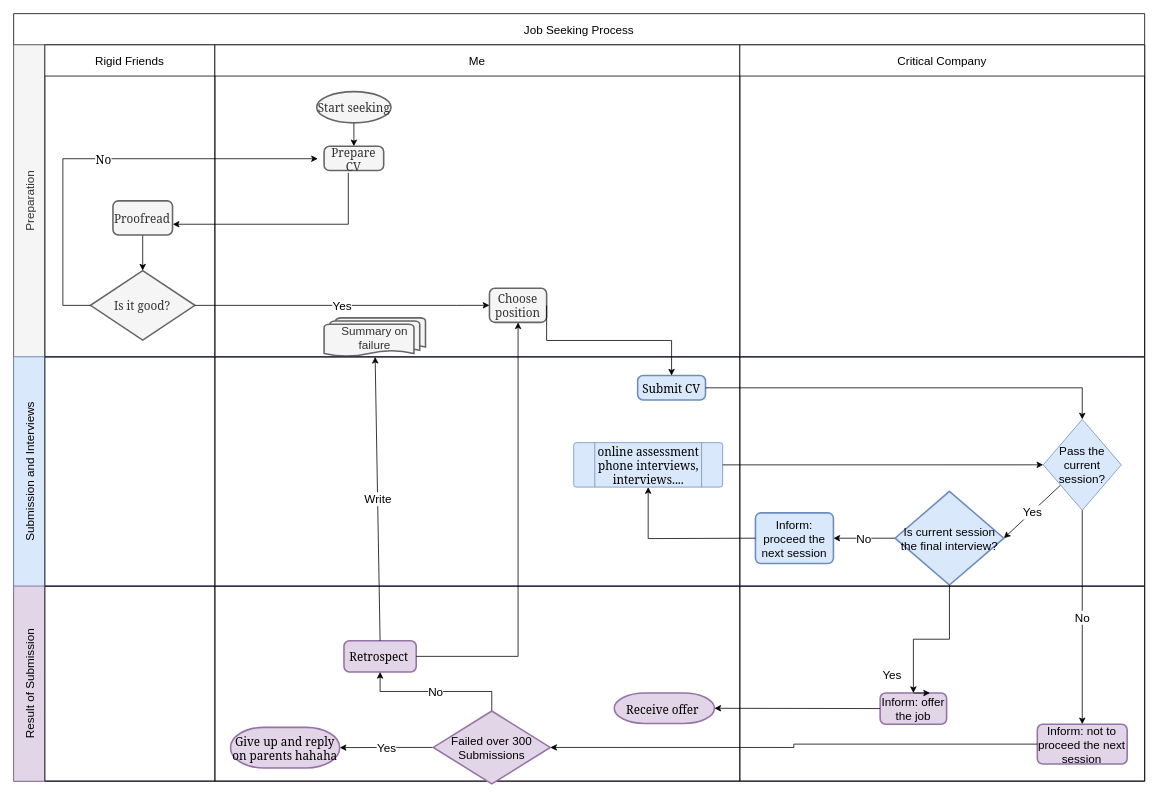
Above: crossJobSeekingEng.drawio in Ryuuko/drawIo (draw.io), before the change. Source tidied: cells renumbered, new cells numbered last; positions are measured from the earlier drawing's top-left corner, leaving out a move shared by most shapes. Both pictures are drawn from the tidied source at 78%, with x=0, y=0 at pixel (13, 13).
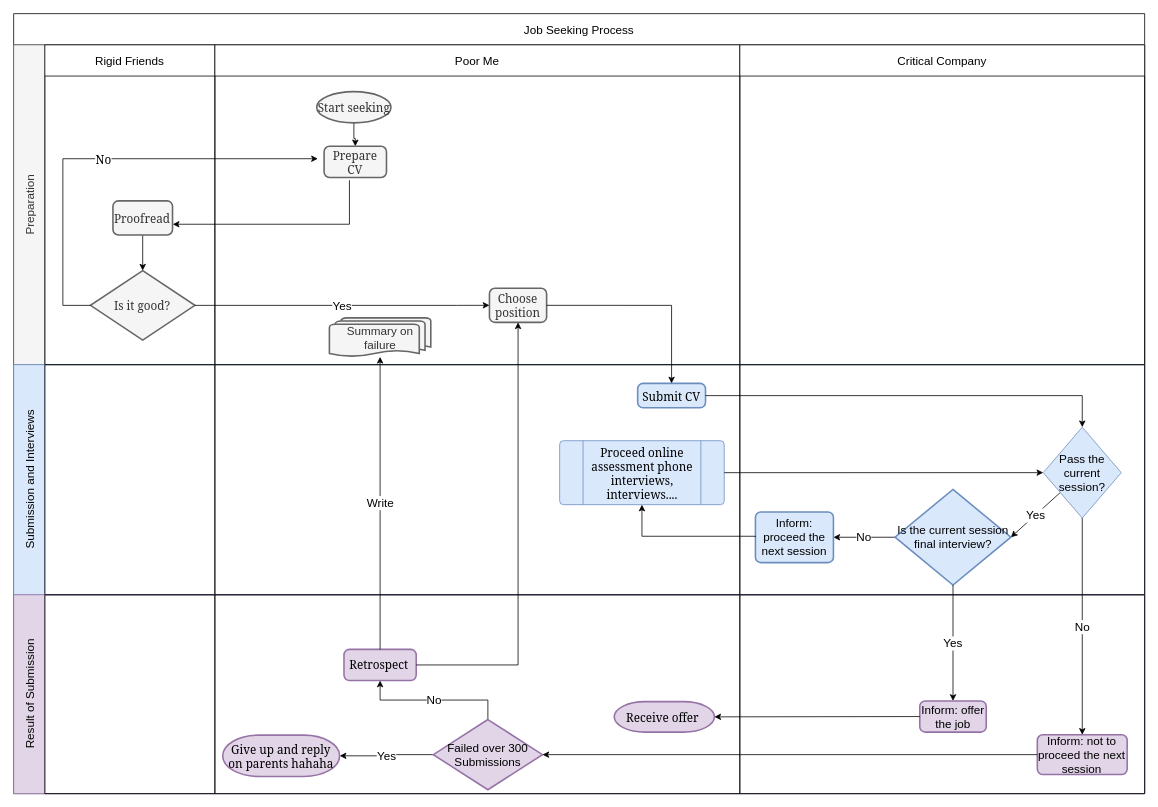
Above is the later version.

Unchanged cells that the change refers to:
```xml
<mxCell id="12" value="Choose position" style="rounded=1;whiteSpace=wrap;html=1;absoluteArcSize=1;arcSize=14;strokeWidth=2;fontSize=15;fontFamily=Georgia;fillColor=#f5f5f5;strokeColor=#666666;fontColor=#333333;" parent="8" vertex="1">
  <mxGeometry x="352" y="312.1" width="73.3" height="43.7" as="geometry" />
</mxCell>
<mxCell id="22" value="Submit CV" style="rounded=1;whiteSpace=wrap;html=1;absoluteArcSize=1;arcSize=14;strokeWidth=2;fontSize=15;fontFamily=Georgia;fillColor=#dae8fc;strokeColor=#6c8ebf;" parent="20" vertex="1">
  <mxGeometry x="542" y="24" width="87" height="31.3" as="geometry" />
</mxCell>
```

Diff of the diagram source:
```diff
@@
     <mxCell id="2" value="Job Seeking Process" style="shape=table;childLayout=tableLayout;rowLines=0;columnLines=0;startSize=40;html=1;whiteSpace=wrap;fontStyle=0;fontSize=15;" parent="1" vertex="1">
-      <mxGeometry width="1450" height="984" as="geometry" />
+      <mxGeometry width="1450" height="1000" as="geometry" />
     </mxCell>
     <mxCell id="3" value="&lt;span style=&quot;font-weight: 400&quot;&gt;Preparation&lt;/span&gt;" style="swimlane;horizontal=0;startSize=40;html=1;whiteSpace=wrap;fontSize=15;fillColor=#f5f5f5;strokeColor=#666666;fontColor=#333333;" parent="2" vertex="1">
-      <mxGeometry y="40" width="1450" height="400" as="geometry" />
+      <mxGeometry y="40" width="1450" height="410" as="geometry" />
     </mxCell>
     <mxCell id="4" value="&lt;span style=&quot;font-weight: 400&quot;&gt;Rigid Friends&lt;/span&gt;" style="swimlane;startSize=40;html=1;whiteSpace=wrap;fontSize=15;" parent="3" vertex="1">
-      <mxGeometry x="40" width="218" height="400" as="geometry" />
+      <mxGeometry x="40" width="218" height="410" as="geometry" />
     </mxCell>
@@
-    <mxCell id="8" value="&lt;span style=&quot;font-weight: normal ; font-size: 15px&quot;&gt;Me&lt;/span&gt;" style="swimlane;startSize=40;html=1;whiteSpace=wrap;fontSize=15;" parent="3" vertex="1">
-      <mxGeometry x="258" width="673" height="400" as="geometry" />
+    <mxCell id="8" value="&lt;span style=&quot;font-weight: normal ; font-size: 15px&quot;&gt;Poor Me&lt;/span&gt;" style="swimlane;startSize=40;html=1;whiteSpace=wrap;fontSize=15;" parent="3" vertex="1">
+      <mxGeometry x="258" width="673" height="410" as="geometry" />
     </mxCell>
@@
     <mxCell id="11" value="Prepare CV" style="rounded=1;whiteSpace=wrap;html=1;absoluteArcSize=1;arcSize=14;strokeWidth=2;fontSize=15;fontFamily=Georgia;fillColor=#f5f5f5;strokeColor=#666666;fontColor=#333333;" parent="8" vertex="1">
-      <mxGeometry x="140" y="130" width="76.4" height="31.2" as="geometry" />
+      <mxGeometry x="140" y="130" width="80" height="40" as="geometry" />
     </mxCell>
@@
     <mxCell id="13" value="Summary on failure" style="strokeWidth=2;html=1;shape=mxgraph.flowchart.multi-document;whiteSpace=wrap;fontSize=15;fillColor=#f5f5f5;strokeColor=#666666;fontColor=#333333;" parent="8" vertex="1">
-      <mxGeometry x="140" y="350" width="130" height="50" as="geometry" />
+      <mxGeometry x="146.8" y="350" width="130" height="50" as="geometry" />
     </mxCell>
     <mxCell id="14" value="&lt;span style=&quot;font-weight: normal ; font-size: 15px&quot;&gt;Critical Company&lt;/span&gt;" style="swimlane;startSize=40;html=1;whiteSpace=wrap;fontSize=15;" parent="3" vertex="1">
-      <mxGeometry x="931" width="519" height="400" as="geometry" />
+      <mxGeometry x="931" width="519" height="410" as="geometry" />
     </mxCell>
@@
     <mxCell id="18" value="&lt;span style=&quot;font-weight: 400&quot;&gt;Submission and Interviews&lt;/span&gt;" style="swimlane;horizontal=0;startSize=40;html=1;whiteSpace=wrap;fontSize=15;fillColor=#dae8fc;strokeColor=#6c8ebf;" parent="2" vertex="1">
-      <mxGeometry y="440" width="1450" height="294" as="geometry" />
+      <mxGeometry y="450" width="1450" height="295" as="geometry" />
     </mxCell>
     <mxCell id="19" style="swimlane;startSize=0;html=1;whiteSpace=wrap;fontSize=15;" parent="18" vertex="1">
-      <mxGeometry x="40" width="218" height="294" as="geometry" />
+      <mxGeometry x="40" width="218" height="295" as="geometry" />
     </mxCell>
     <mxCell id="20" style="swimlane;startSize=0;html=1;whiteSpace=wrap;fontSize=15;" parent="18" vertex="1">
-      <mxGeometry x="258" width="673" height="294" as="geometry" />
+      <mxGeometry x="258" width="673" height="295" as="geometry" />
     </mxCell>
@@
-    <mxCell id="23" value="online assessment phone interviews, interviews...." style="verticalLabelPosition=middle;verticalAlign=middle;html=1;shape=process;whiteSpace=wrap;rounded=1;size=0.14;arcSize=6;labelBackgroundColor=none;sketch=0;fontFamily=Georgia;fontSize=15;labelPosition=center;align=center;labelBorderColor=none;fillColor=#dae8fc;strokeColor=#6c8ebf;" parent="20" vertex="1">
-      <mxGeometry x="460" y="110" width="191" height="57" as="geometry" />
+    <mxCell id="23" value="Proceed online assessment phone interviews, interviews...." style="verticalLabelPosition=middle;verticalAlign=middle;html=1;shape=process;whiteSpace=wrap;rounded=1;size=0.14;arcSize=6;labelBackgroundColor=none;sketch=0;fontFamily=Georgia;fontSize=15;labelPosition=center;align=center;labelBorderColor=none;fillColor=#dae8fc;strokeColor=#6c8ebf;" parent="20" vertex="1">
+      <mxGeometry x="442" y="97.5" width="211" height="82" as="geometry" />
     </mxCell>
     <mxCell id="24" style="swimlane;startSize=0;html=1;whiteSpace=wrap;fontSize=15;" parent="18" vertex="1">
-      <mxGeometry x="931" width="519" height="294" as="geometry" />
+      <mxGeometry x="931" width="519" height="295" as="geometry" />
     </mxCell>
@@
-    <mxCell id="28" value="Is current session the final interview?" style="strokeWidth=2;html=1;shape=mxgraph.flowchart.decision;whiteSpace=wrap;fontSize=15;fillColor=#dae8fc;strokeColor=#6c8ebf;" parent="24" vertex="1">
-      <mxGeometry x="199" y="172.5" width="139.5" height="120" as="geometry" />
+    <mxCell id="28" value="Is the current session final interview?" style="strokeWidth=2;html=1;shape=mxgraph.flowchart.decision;whiteSpace=wrap;fontSize=15;fillColor=#dae8fc;strokeColor=#6c8ebf;" parent="24" vertex="1">
+      <mxGeometry x="199" y="160" width="148.5" height="122.5" as="geometry" />
     </mxCell>
     <mxCell id="29" value="Inform: proceed the next session" style="rounded=1;whiteSpace=wrap;html=1;absoluteArcSize=1;arcSize=14;strokeWidth=2;fontSize=15;fillColor=#dae8fc;strokeColor=#6c8ebf;" parent="24" vertex="1">
-      <mxGeometry x="20" y="200" width="100" height="65" as="geometry" />
+      <mxGeometry x="20" y="188.8" width="100" height="65" as="geometry" />
     </mxCell>
@@
-    <mxCell id="31" style="edgeStyle=elbowEdgeStyle;rounded=0;jettySize=auto;html=1;entryX=0.5;entryY=1;entryDx=0;entryDy=0;elbow=vertical;exitX=0;exitY=0.5;exitDx=0;exitDy=0;fontSize=15;" parent="18" edge="1" source="29" target="23">
+    <mxCell id="31" style="edgeStyle=elbowEdgeStyle;rounded=0;jettySize=auto;html=1;entryX=0.5;entryY=1;entryDx=0;entryDy=0;elbow=vertical;fontSize=15;" parent="18" edge="1" target="23">
       <mxGeometry relative="1" as="geometry">
+        <mxPoint x="951" y="221" as="sourcePoint" />
         <Array as="points">
+          <mxPoint x="910" y="220" />
           <mxPoint x="1020" y="233" />
         </Array>
       </mxGeometry>
     </mxCell>
@@
     <mxCell id="33" value="Result of Submission" style="swimlane;horizontal=0;startSize=40;html=1;whiteSpace=wrap;fontSize=15;fontStyle=0;fillColor=#e1d5e7;strokeColor=#9673a6;" parent="2" vertex="1">
-      <mxGeometry y="734" width="1450" height="250" as="geometry" />
+      <mxGeometry y="745" width="1450" height="255" as="geometry" />
     </mxCell>
     <mxCell id="34" style="swimlane;startSize=0;html=1;whiteSpace=wrap;fontSize=15;" parent="33" vertex="1">
-      <mxGeometry x="40" width="218" height="250" as="geometry" />
+      <mxGeometry x="40" width="218" height="255" as="geometry" />
     </mxCell>
     <mxCell id="35" style="swimlane;startSize=0;html=1;whiteSpace=wrap;fontSize=15;" parent="33" vertex="1">
-      <mxGeometry x="258" width="673" height="250" as="geometry" />
+      <mxGeometry x="258" width="673" height="255" as="geometry" />
     </mxCell>
@@
     <mxCell id="40" value="Give up and reply on parents hahaha" style="strokeWidth=2;html=1;shape=mxgraph.flowchart.terminator;whiteSpace=wrap;fontSize=15;fontFamily=Georgia;fillColor=#e1d5e7;strokeColor=#9673a6;" parent="35" vertex="1">
-      <mxGeometry x="20" y="181" width="140" height="52" as="geometry" />
+      <mxGeometry x="10" y="180" width="150" height="53" as="geometry" />
     </mxCell>
     <mxCell id="41" value="Failed over 300 Submissions" style="strokeWidth=2;html=1;shape=mxgraph.flowchart.decision;whiteSpace=wrap;fontSize=15;fillColor=#e1d5e7;strokeColor=#9673a6;" parent="35" vertex="1">
-      <mxGeometry x="280" y="160" width="150" height="93.5" as="geometry" />
+      <mxGeometry x="280" y="160" width="140" height="90" as="geometry" />
     </mxCell>
     <mxCell id="42" style="swimlane;startSize=0;html=1;whiteSpace=wrap;fontSize=15;" parent="33" vertex="1">
-      <mxGeometry x="931" width="519" height="250" as="geometry" />
+      <mxGeometry x="931" width="519" height="255" as="geometry" />
     </mxCell>
@@
     <mxCell id="44" value="Inform: offer the job" style="rounded=1;whiteSpace=wrap;html=1;absoluteArcSize=1;arcSize=14;strokeWidth=2;fontSize=15;fillColor=#e1d5e7;strokeColor=#9673a6;" parent="42" vertex="1">
-      <mxGeometry x="179.9" y="137" width="85.2" height="40" as="geometry" />
+      <mxGeometry x="230.7" y="136.1" width="85.2" height="40" as="geometry" />
     </mxCell>
-    <mxCell id="45" style="edgeStyle=orthogonalEdgeStyle;rounded=0;orthogonalLoop=1;jettySize=auto;html=1;exitX=0.5;exitY=0;exitDx=0;exitDy=0;entryX=0.75;entryY=0;entryDx=0;entryDy=0;" parent="42" edge="1" source="44" target="44">
-      <mxGeometry relative="1" as="geometry" />
-    </mxCell>
     <mxCell id="46" value="Inform: not to proceed the next session" style="rounded=1;whiteSpace=wrap;html=1;absoluteArcSize=1;arcSize=14;strokeWidth=2;fontSize=15;fillColor=#e1d5e7;strokeColor=#9673a6;" parent="42" vertex="1">
-      <mxGeometry x="381.4" y="177" width="115.2" height="51" as="geometry" />
+      <mxGeometry x="381.4" y="179.5" width="115.2" height="51" as="geometry" />
     </mxCell>
@@
-    <mxCell id="51" style="edgeStyle=elbowEdgeStyle;rounded=0;jettySize=auto;elbow=vertical;html=1;entryX=0.5;entryY=0;entryDx=0;entryDy=0;fontSize=15;" parent="2" edge="1" source="28" target="44">
-      <mxGeometry relative="1" as="geometry" />
-    </mxCell>
-    <mxCell id="52" value="Yes" style="edgeLabel;html=1;align=center;verticalAlign=middle;fontSize=15;" parent="51" vertex="1">
-      <mxGeometry x="0.01" y="51" relative="1" as="geometry">
-        <mxPoint x="-51" y="-5.8" as="offset" />
-      </mxGeometry>
-    </mxCell>
@@
     <mxCell id="54" style="rounded=0;jettySize=auto;elbow=vertical;html=1;entryX=0.5;entryY=0;entryDx=0;entryDy=0;fontSize=15;exitX=1;exitY=0.5;exitDx=0;exitDy=0;edgeStyle=elbowEdgeStyle;" parent="2" edge="1" source="12" target="22">
-      <mxGeometry relative="1" as="geometry" />
+      <mxGeometry relative="1" as="geometry">
+        <Array as="points">
+          <mxPoint x="770" y="374" />
+        </Array>
+      </mxGeometry>
     </mxCell>
+    <mxCell id="52" value="Yes" style="edgeStyle=orthogonalEdgeStyle;rounded=0;jettySize=auto;html=1;entryX=0.5;entryY=0;entryDx=0;entryDy=0;fontSize=15;" parent="2" edge="1" source="28" target="44">
+      <mxGeometry relative="1" as="geometry" />
+    </mxCell>
```
